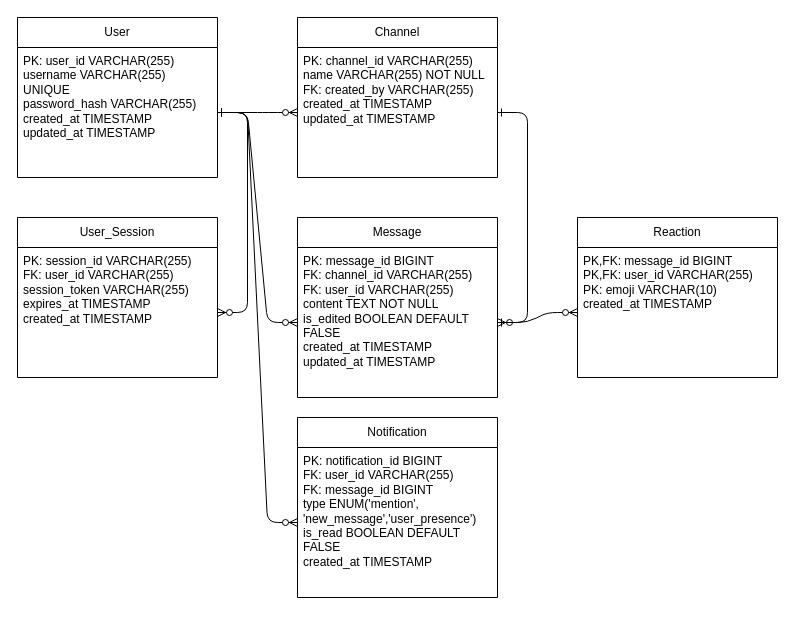
Above: ER-diagram.drawio in EDEN0412/EasyChat (draw.io), before the change. Source tidied: cells renumbered, new cells numbered last; positions are measured from the earlier drawing's top-left corner, leaving out a move shared by most shapes. Both pictures are drawn from the tidied source at 100%, with x=0, y=0 at pixel (17, 17).
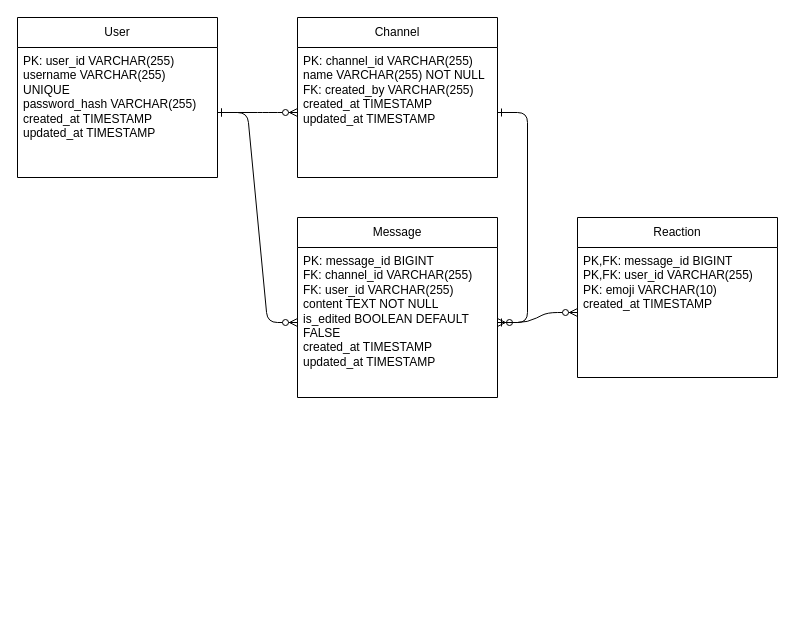
The same page after the edit.

Commit message (it also covers changes not shown here):
ER図からNotificationとUser_Sessionテーブルを削除

- ER図とテキストファイルから不要なテーブルを除去
- リレーションシップの一部を簡素化
- ダイアグラムのホスト情報を更新

Diff of the diagram source:
```diff
@@
 <mxGraphModel>
   <root>
     <mxCell id="0" />
     <mxCell id="1" parent="0" />
     <mxCell id="2" value="User" style="swimlane;fontStyle=0;horizontal=1;startSize=30;whiteSpace=wrap;html=1;" parent="1" vertex="1">
       <mxGeometry width="200" height="160" as="geometry" />
     </mxCell>
     <mxCell id="3" value="PK: user_id VARCHAR(255)&#10;username VARCHAR(255) UNIQUE&#10;password_hash VARCHAR(255)&#10;created_at TIMESTAMP&#10;updated_at TIMESTAMP" style="text;strokeColor=none;fillColor=none;align=left;verticalAlign=top;spacingLeft=4;spacingRight=4;overflow=hidden;points=[[0,0.5],[1,0.5]];portConstraint=eastwest;whiteSpace=wrap;html=1;" parent="2" vertex="1">
       <mxGeometry y="30" width="200" height="130" as="geometry" />
     </mxCell>
-    <mxCell id="4" value="User_Session" style="swimlane;fontStyle=0;horizontal=1;startSize=30;whiteSpace=wrap;html=1;" parent="1" vertex="1">
-      <mxGeometry y="200" width="200" height="160" as="geometry" />
-    </mxCell>
-    <mxCell id="5" value="PK: session_id VARCHAR(255)&#10;FK: user_id VARCHAR(255)&#10;session_token VARCHAR(255)&#10;expires_at TIMESTAMP&#10;created_at TIMESTAMP" style="text;strokeColor=none;fillColor=none;align=left;verticalAlign=top;spacingLeft=4;spacingRight=4;overflow=hidden;points=[[0,0.5],[1,0.5]];portConstraint=eastwest;whiteSpace=wrap;html=1;" parent="4" vertex="1">
-      <mxGeometry y="30" width="200" height="130" as="geometry" />
-    </mxCell>
     <mxCell id="6" value="Channel" style="swimlane;fontStyle=0;horizontal=1;startSize=30;whiteSpace=wrap;html=1;" parent="1" vertex="1">
       <mxGeometry x="280" width="200" height="160" as="geometry" />
     </mxCell>
     <mxCell id="7" value="PK: channel_id VARCHAR(255)&#10;name VARCHAR(255) NOT NULL&#10;FK: created_by VARCHAR(255)&#10;created_at TIMESTAMP&#10;updated_at TIMESTAMP" style="text;strokeColor=none;fillColor=none;align=left;verticalAlign=top;spacingLeft=4;spacingRight=4;overflow=hidden;points=[[0,0.5],[1,0.5]];portConstraint=eastwest;whiteSpace=wrap;html=1;" parent="6" vertex="1">
       <mxGeometry y="30" width="200" height="130" as="geometry" />
     </mxCell>
     <mxCell id="8" value="Message" style="swimlane;fontStyle=0;horizontal=1;startSize=30;whiteSpace=wrap;html=1;" parent="1" vertex="1">
       <mxGeometry x="280" y="200" width="200" height="180" as="geometry" />
     </mxCell>
     <mxCell id="9" value="PK: message_id BIGINT&#10;FK: channel_id VARCHAR(255)&#10;FK: user_id VARCHAR(255)&#10;content TEXT NOT NULL&#10;is_edited BOOLEAN DEFAULT FALSE&#10;created_at TIMESTAMP&#10;updated_at TIMESTAMP" style="text;strokeColor=none;fillColor=none;align=left;verticalAlign=top;spacingLeft=4;spacingRight=4;overflow=hidden;points=[[0,0.5],[1,0.5]];portConstraint=eastwest;whiteSpace=wrap;html=1;" parent="8" vertex="1">
       <mxGeometry y="30" width="200" height="150" as="geometry" />
     </mxCell>
     <mxCell id="10" value="Reaction" style="swimlane;fontStyle=0;horizontal=1;startSize=30;whiteSpace=wrap;html=1;" parent="1" vertex="1">
       <mxGeometry x="560" y="200" width="200" height="160" as="geometry" />
     </mxCell>
     <mxCell id="11" value="PK,FK: message_id BIGINT&#10;PK,FK: user_id VARCHAR(255)&#10;PK: emoji VARCHAR(10)&#10;created_at TIMESTAMP" style="text;strokeColor=none;fillColor=none;align=left;verticalAlign=top;spacingLeft=4;spacingRight=4;overflow=hidden;points=[[0,0.5],[1,0.5]];portConstraint=eastwest;whiteSpace=wrap;html=1;" parent="10" vertex="1">
       <mxGeometry y="30" width="200" height="130" as="geometry" />
     </mxCell>
-    <mxCell id="12" value="Notification" style="swimlane;fontStyle=0;horizontal=1;startSize=30;whiteSpace=wrap;html=1;" parent="1" vertex="1">
-      <mxGeometry x="280" y="400" width="200" height="180" as="geometry" />
-    </mxCell>
-    <mxCell id="13" value="PK: notification_id BIGINT&#10;FK: user_id VARCHAR(255)&#10;FK: message_id BIGINT&#10;type ENUM('mention',&#10;'new_message','user_presence')&#10;is_read BOOLEAN DEFAULT FALSE&#10;created_at TIMESTAMP" style="text;strokeColor=none;fillColor=none;align=left;verticalAlign=top;spacingLeft=4;spacingRight=4;overflow=hidden;points=[[0,0.5],[1,0.5]];portConstraint=eastwest;whiteSpace=wrap;html=1;" parent="12" vertex="1">
-      <mxGeometry y="30" width="200" height="150" as="geometry" />
-    </mxCell>
-    <mxCell id="14" style="edgeStyle=entityRelationEdgeStyle;fontSize=12;html=1;endArrow=ERzeroToMany;endFill=1;startArrow=ERone;startFill=0;" parent="1" edge="1" source="3" target="5">
-      <mxGeometry relative="1" as="geometry" />
-    </mxCell>
     <mxCell id="15" style="edgeStyle=entityRelationEdgeStyle;fontSize=12;html=1;endArrow=ERzeroToMany;endFill=1;startArrow=ERone;startFill=0;" parent="1" edge="1" source="3" target="7">
       <mxGeometry relative="1" as="geometry" />
     </mxCell>
     <mxCell id="16" style="edgeStyle=entityRelationEdgeStyle;fontSize=12;html=1;endArrow=ERzeroToMany;endFill=1;startArrow=ERone;startFill=0;" parent="1" edge="1" source="7" target="9">
       <mxGeometry relative="1" as="geometry" />
     </mxCell>
     <mxCell id="17" style="edgeStyle=entityRelationEdgeStyle;fontSize=12;html=1;endArrow=ERzeroToMany;endFill=1;startArrow=ERone;startFill=0;" parent="1" edge="1" source="3" target="9">
       <mxGeometry relative="1" as="geometry" />
     </mxCell>
     <mxCell id="18" style="edgeStyle=entityRelationEdgeStyle;fontSize=12;html=1;endArrow=ERzeroToMany;endFill=1;startArrow=ERone;startFill=0;" parent="1" edge="1" source="9" target="11">
       <mxGeometry relative="1" as="geometry" />
     </mxCell>
-    <mxCell id="19" style="edgeStyle=entityRelationEdgeStyle;fontSize=12;html=1;endArrow=ERzeroToMany;endFill=1;startArrow=ERone;startFill=0;" parent="1" edge="1" source="3" target="13">
-      <mxGeometry relative="1" as="geometry" />
-    </mxCell>
   </root>
 </mxGraphModel>
```
